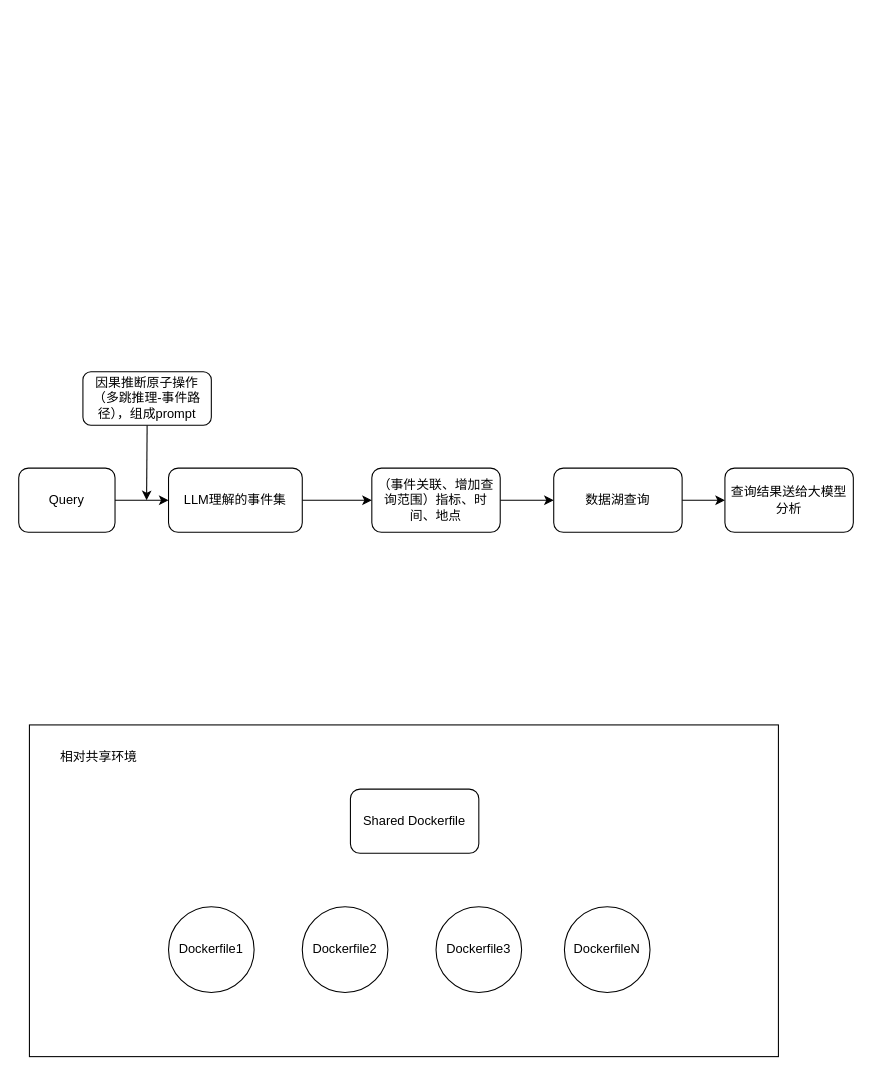
HanYang1385/Master-Thesis keeps this draw.io diagram as 未命名绘图.drawio. Above is the earlier version. Source tidied: cells renumbered, new cells numbered last; positions are measured from the earlier drawing's top-left corner, leaving out a move shared by most shapes. Both pictures are drawn from the tidied source at 107%, with x=0, y=0 at pixel (18, 371).
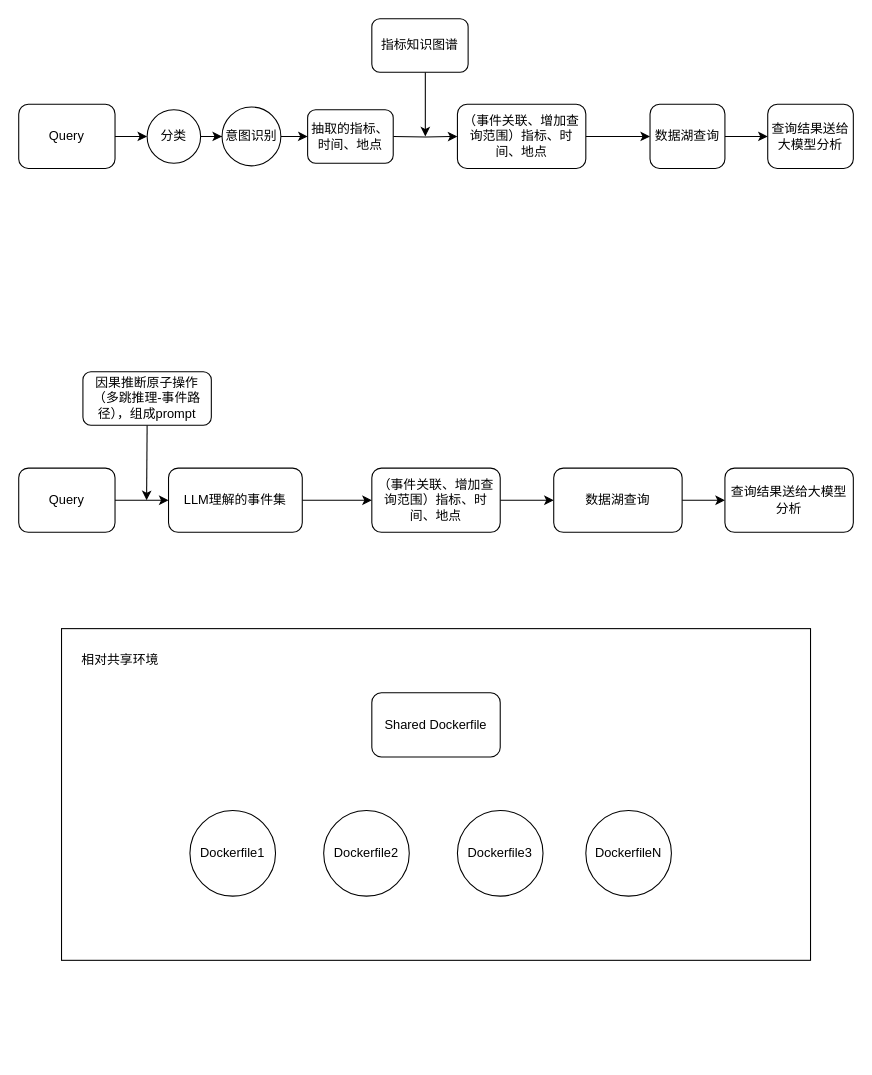
After the change.

Change to the diagram source:
```diff
@@
-    <mxCell id="2" style="rounded=0;whiteSpace=wrap;html=1;" parent="1" vertex="1">
-      <mxGeometry x="10" y="330" width="700" height="310" as="geometry" />
-    </mxCell>
@@
+    <mxCell id="20" style="group;" parent="1" vertex="1">
+      <mxGeometry x="40" y="240" width="700" height="310" as="geometry" />
+    </mxCell>
+    <mxCell id="2" style="rounded=0;whiteSpace=wrap;html=1;" parent="20" vertex="1">
+      <mxGeometry width="700" height="310" as="geometry" />
+    </mxCell>
-    <mxCell id="14" value="Shared Dockerfile" style="rounded=1;whiteSpace=wrap;html=1;" parent="1" vertex="1">
-      <mxGeometry x="310" y="390" width="120" height="60" as="geometry" />
+    <mxCell id="14" value="Shared Dockerfile" style="rounded=1;whiteSpace=wrap;html=1;" parent="20" vertex="1">
+      <mxGeometry x="290" y="60" width="120" height="60" as="geometry" />
     </mxCell>
-    <mxCell id="15" value="Dockerfile1" style="ellipse;whiteSpace=wrap;html=1;" parent="1" vertex="1">
-      <mxGeometry x="140" y="500" width="80" height="80" as="geometry" />
+    <mxCell id="15" value="Dockerfile1" style="ellipse;whiteSpace=wrap;html=1;" parent="20" vertex="1">
+      <mxGeometry x="120" y="170" width="80" height="80" as="geometry" />
     </mxCell>
-    <mxCell id="16" value="Dockerfile2" style="ellipse;whiteSpace=wrap;html=1;" parent="1" vertex="1">
-      <mxGeometry x="265" y="500" width="80" height="80" as="geometry" />
+    <mxCell id="16" value="Dockerfile2" style="ellipse;whiteSpace=wrap;html=1;" parent="20" vertex="1">
+      <mxGeometry x="245" y="170" width="80" height="80" as="geometry" />
     </mxCell>
-    <mxCell id="17" value="Dockerfile3" style="ellipse;whiteSpace=wrap;html=1;" parent="1" vertex="1">
-      <mxGeometry x="390" y="500" width="80" height="80" as="geometry" />
+    <mxCell id="17" value="Dockerfile3" style="ellipse;whiteSpace=wrap;html=1;" parent="20" vertex="1">
+      <mxGeometry x="370" y="170" width="80" height="80" as="geometry" />
     </mxCell>
-    <mxCell id="18" value="DockerfileN" style="ellipse;whiteSpace=wrap;html=1;" parent="1" vertex="1">
-      <mxGeometry x="510" y="500" width="80" height="80" as="geometry" />
+    <mxCell id="18" value="DockerfileN" style="ellipse;whiteSpace=wrap;html=1;" parent="20" vertex="1">
+      <mxGeometry x="490" y="170" width="80" height="80" as="geometry" />
     </mxCell>
-    <mxCell id="19" value="相对共享环境" style="text;html=1;strokeColor=none;fillColor=none;align=center;verticalAlign=middle;whiteSpace=wrap;rounded=0;" parent="1" vertex="1">
-      <mxGeometry x="30" y="345" width="90" height="30" as="geometry" />
+    <mxCell id="19" value="相对共享环境" style="text;html=1;strokeColor=none;fillColor=none;align=center;verticalAlign=middle;whiteSpace=wrap;rounded=0;" parent="20" vertex="1">
+      <mxGeometry x="10" y="15" width="90" height="30" as="geometry" />
     </mxCell>
+    <mxCell id="21" style="edgeStyle=orthogonalEdgeStyle;rounded=0;jettySize=auto;html=1;exitX=1;exitY=0.5;exitDx=0;exitDy=0;" parent="1" edge="1" source="22" target="30">
+      <mxGeometry relative="1" as="geometry" />
+    </mxCell>
+    <mxCell id="22" value="Query" style="rounded=1;whiteSpace=wrap;html=1;" parent="1" vertex="1">
+      <mxGeometry y="-250" width="90" height="60" as="geometry" />
+    </mxCell>
+    <mxCell id="23" style="edgeStyle=orthogonalEdgeStyle;rounded=0;jettySize=auto;html=1;exitX=1;exitY=0.5;exitDx=0;exitDy=0;entryX=0;entryY=0.5;entryDx=0;entryDy=0;" parent="1" edge="1" source="24" target="27">
+      <mxGeometry relative="1" as="geometry" />
+    </mxCell>
+    <mxCell id="24" value="（事件关联、增加查询范围）指标、时间、地点" style="whiteSpace=wrap;html=1;rounded=1;" parent="1" vertex="1">
+      <mxGeometry x="410" y="-250" width="120" height="60" as="geometry" />
+    </mxCell>
+    <mxCell id="25" style="edgeStyle=orthogonalEdgeStyle;rounded=0;jettySize=auto;html=1;entryX=0;entryY=0.5;entryDx=0;entryDy=0;" parent="1" edge="1" target="24">
+      <mxGeometry relative="1" as="geometry">
+        <mxPoint x="350" y="-220" as="sourcePoint" />
+      </mxGeometry>
+    </mxCell>
+    <mxCell id="26" style="edgeStyle=orthogonalEdgeStyle;rounded=0;jettySize=auto;html=1;" parent="1" edge="1" source="27" target="28">
+      <mxGeometry relative="1" as="geometry" />
+    </mxCell>
+    <mxCell id="27" value="数据湖查询" style="whiteSpace=wrap;html=1;rounded=1;" parent="1" vertex="1">
+      <mxGeometry x="590" y="-250" width="70" height="60" as="geometry" />
+    </mxCell>
+    <mxCell id="28" value="查询结果送给大模型分析" style="whiteSpace=wrap;html=1;rounded=1;" parent="1" vertex="1">
+      <mxGeometry x="700" y="-250" width="80" height="60" as="geometry" />
+    </mxCell>
+    <mxCell id="29" style="edgeStyle=orthogonalEdgeStyle;rounded=0;jettySize=auto;html=1;exitX=1;exitY=0.5;exitDx=0;exitDy=0;" parent="1" edge="1" source="30" target="32">
+      <mxGeometry relative="1" as="geometry" />
+    </mxCell>
+    <mxCell id="30" value="分类" style="ellipse;whiteSpace=wrap;html=1;" parent="1" vertex="1">
+      <mxGeometry x="120" y="-245" width="50" height="50" as="geometry" />
+    </mxCell>
+    <mxCell id="31" style="edgeStyle=orthogonalEdgeStyle;rounded=0;jettySize=auto;html=1;exitX=1;exitY=0.5;exitDx=0;exitDy=0;" parent="1" edge="1" source="32" target="33">
+      <mxGeometry relative="1" as="geometry" />
+    </mxCell>
+    <mxCell id="32" value="意图识别" style="ellipse;whiteSpace=wrap;html=1;" parent="1" vertex="1">
+      <mxGeometry x="190" y="-247.5" width="55" height="55" as="geometry" />
+    </mxCell>
+    <mxCell id="33" value="抽取的指标、时间、地点" style="rounded=1;whiteSpace=wrap;html=1;" parent="1" vertex="1">
+      <mxGeometry x="270" y="-245" width="80" height="50.1" as="geometry" />
+    </mxCell>
+    <mxCell id="34" style="endArrow=classic;html=1;rounded=0;" parent="1" edge="1">
+      <mxGeometry relative="1" as="geometry">
+        <mxPoint x="380" y="-280" as="sourcePoint" />
+        <mxPoint x="380" y="-220" as="targetPoint" />
+      </mxGeometry>
+    </mxCell>
+    <mxCell id="35" value="指标知识图谱" style="rounded=1;whiteSpace=wrap;html=1;" parent="1" vertex="1">
+      <mxGeometry x="330" y="-330" width="90" height="50" as="geometry" />
+    </mxCell>
```
